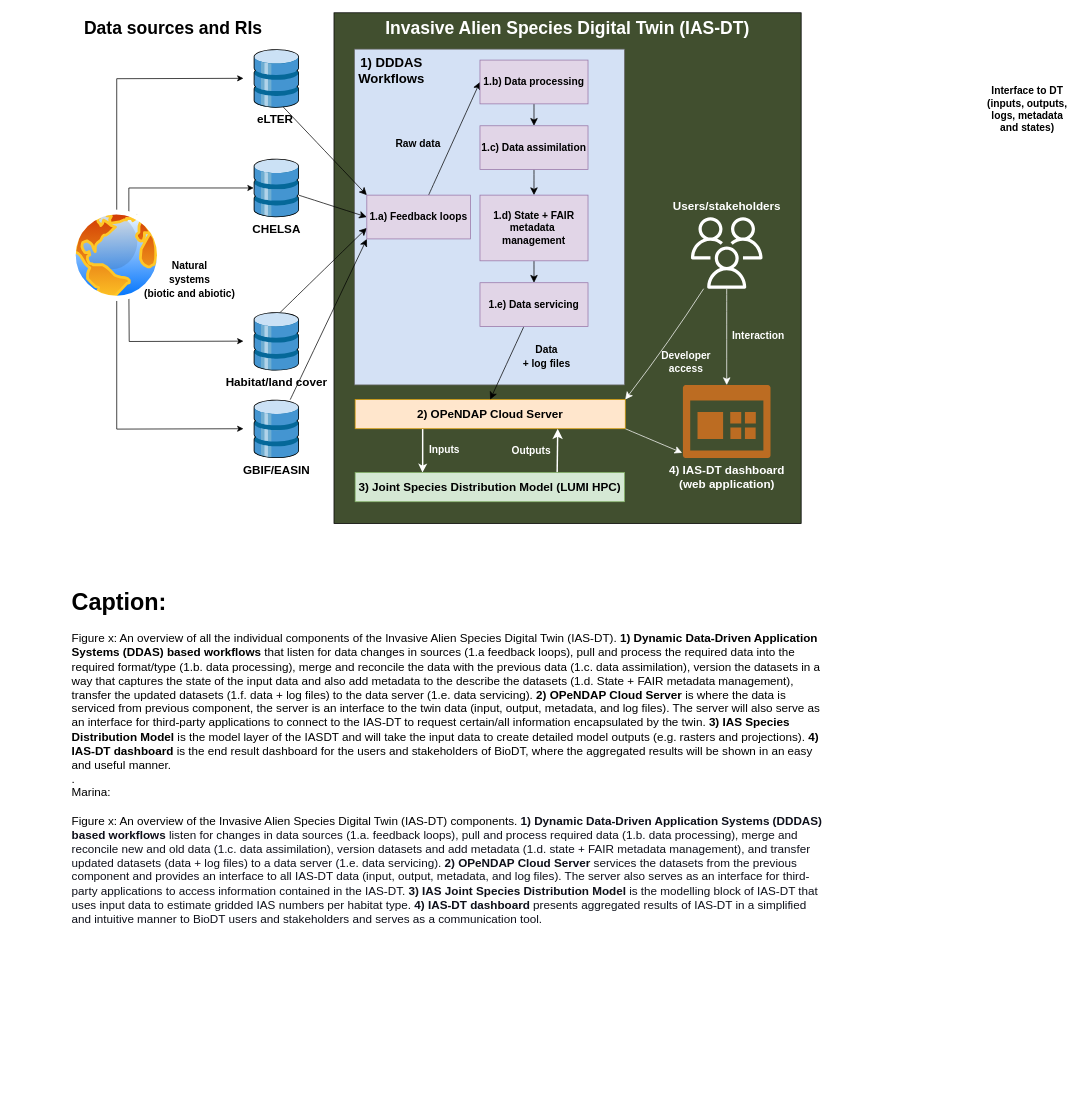
This is page "components" (1 of 6) of references/architecture/IASDT-dataflow.drawio from BioDT/uc-ias-workflows, a draw.io file, before an edit. Source tidied: cells renumbered, new cells numbered last; positions are measured from the earlier drawing's top-left corner, leaving out a move shared by most shapes. Both pictures are drawn from the tidied source at 73%, with x=0, y=0 at pixel (12, 12).
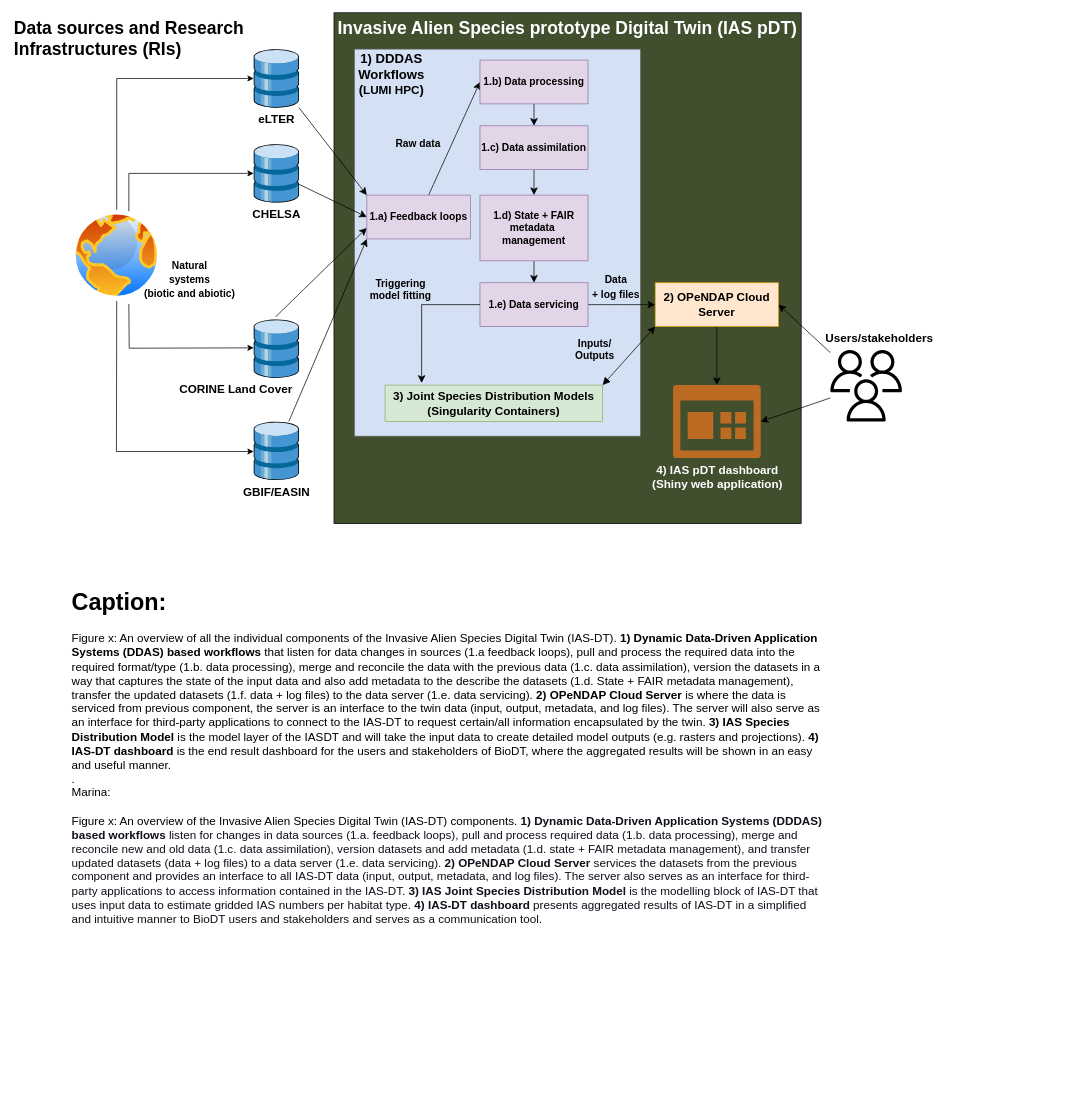
The same diagram, later.

Unchanged cells that the change refers to:
```xml
<mxCell id="28" value="1.a) Feedback loops" style="rounded=0;whiteSpace=wrap;html=1;fontSize=14;fillColor=#e1d5e7;strokeColor=#9673a6;fontStyle=1;" parent="1" vertex="1">
  <mxGeometry x="485" y="249.8" width="142" height="60" as="geometry" />
</mxCell>
<mxCell id="37" value="1.e) Data servicing" style="rounded=0;whiteSpace=wrap;html=1;fontSize=14;fillColor=#e1d5e7;strokeColor=#9673a6;fontStyle=1;" parent="1" vertex="1">
  <mxGeometry x="640" y="369.8" width="148" height="60" as="geometry" />
</mxCell>
<mxCell id="39" value="&lt;b style=&quot;font-size: 14px;&quot;&gt;Natural &lt;br&gt;systems &lt;br&gt;(biotic and abiotic)&lt;/b&gt;" style="image;perimeter=ellipsePerimeter;html=1;align=center;shadow=0;dashed=0;spacingTop=-65;image=img/lib/active_directory/internet_globe.svg;fontSize=16;labelBackgroundColor=none;labelBorderColor=none;perimeterSpacing=0;imageBorder=none;spacingLeft=200;spacingBottom=0;" parent="1" vertex="1">
  <mxGeometry x="80" y="270" width="124.8" height="124.8" as="geometry" />
</mxCell>
```

The edit, as a diff of the source:
```diff
@@
+    <mxCell id="5" value="&lt;b style=&quot;border-color: var(--border-color); font-size: 24px;&quot;&gt;Data sources and Research Infrastructures (RIs)&lt;/b&gt;" style="whiteSpace=wrap;html=1;fontSize=16;verticalAlign=top;align=left;fillColor=none;fontColor=default;strokeColor=none;labelBackgroundColor=none;" parent="1" vertex="1">
+      <mxGeometry width="440" height="699.8" as="geometry" />
+    </mxCell>
-    <mxCell id="2" value="&lt;b&gt;&lt;font style=&quot;font-size: 24px;&quot;&gt;Invasive Alien Species Digital Twin (IAS-DT)&lt;/font&gt;&lt;/b&gt;" style="whiteSpace=wrap;html=1;fontSize=16;verticalAlign=top;align=center;fillColor=#414F2F;fontColor=#FFFFFF;" parent="1" vertex="1">
+    <mxCell id="2" value="&lt;b&gt;&lt;font style=&quot;font-size: 24px;&quot;&gt;Invasive Alien Species prototype Digital Twin (IAS pDT)&lt;/font&gt;&lt;/b&gt;" style="whiteSpace=wrap;html=1;fontSize=16;verticalAlign=top;align=center;fillColor=#414F2F;fontColor=#FFFFFF;" parent="1" vertex="1">
       <mxGeometry x="440" width="640" height="699.8" as="geometry" />
     </mxCell>
-    <mxCell id="3" style="edgeStyle=none;curved=1;rounded=0;jettySize=auto;html=1;entryX=0.5;entryY=0;entryDx=0;entryDy=0;fontSize=12;startSize=8;endSize=8;strokeColor=#FFFFFF;entryPerimeter=0;" parent="1" edge="1" source="42" target="44">
+    <mxCell id="3" style="edgeStyle=none;curved=1;rounded=0;jettySize=auto;html=1;entryX=1;entryY=0.5;entryDx=0;entryDy=0;fontSize=12;startSize=8;endSize=8;strokeColor=#000000;entryPerimeter=0;" parent="1" edge="1" source="42" target="44">
       <mxGeometry relative="1" as="geometry" />
     </mxCell>
-    <mxCell id="4" value="Interaction" style="edgeLabel;html=1;align=center;verticalAlign=middle;fontSize=14;labelBackgroundColor=none;fontColor=#FFFFFF;fontStyle=1;" parent="3" vertex="1">
-      <mxGeometry x="-0.35" y="1" relative="1" as="geometry">
-        <mxPoint x="41" y="21" as="offset" />
-      </mxGeometry>
-    </mxCell>
-    <mxCell id="5" value="&lt;b style=&quot;border-color: var(--border-color); font-size: 24px;&quot;&gt;Data sources and RIs&lt;/b&gt;" style="whiteSpace=wrap;html=1;fontSize=16;verticalAlign=top;align=center;fillColor=none;fontColor=default;strokeColor=none;labelBackgroundColor=none;" parent="1" vertex="1">
-      <mxGeometry width="440" height="699.8" as="geometry" />
-    </mxCell>
     <mxCell id="6" style="rounded=0;whiteSpace=wrap;html=1;fontSize=14;fillColor=#D4E1F5;fontColor=#333333;strokeColor=#666666;" parent="1" vertex="1">
-      <mxGeometry x="468" y="49.8" width="370" height="460" as="geometry" />
+      <mxGeometry x="468" y="49.8" width="392" height="530.2" as="geometry" />
     </mxCell>
-    <mxCell id="7" style="edgeStyle=orthogonalEdgeStyle;rounded=0;jettySize=auto;html=1;strokeWidth=1;startArrow=classic;startFill=1;endArrow=none;endFill=0;" parent="1" edge="1" target="39">
-      <mxGeometry relative="1" as="geometry">
-        <mxPoint x="316" y="89.8" as="sourcePoint" />
-      </mxGeometry>
+    <mxCell id="7" style="edgeStyle=orthogonalEdgeStyle;rounded=0;jettySize=auto;html=1;strokeWidth=1;startArrow=classic;startFill=1;endArrow=none;endFill=0;" parent="1" edge="1" source="9" target="39">
+      <mxGeometry relative="1" as="geometry" />
     </mxCell>
-    <mxCell id="8" style="edgeStyle=none;curved=1;rounded=0;jettySize=auto;html=1;entryX=0;entryY=0;entryDx=0;entryDy=0;fontSize=12;startSize=8;endSize=8;" parent="1" edge="1" target="28">
-      <mxGeometry relative="1" as="geometry">
-        <mxPoint x="360" y="118" as="sourcePoint" />
-      </mxGeometry>
-    </mxCell>
-    <mxCell id="9" value="&lt;b style=&quot;&quot;&gt;&lt;font style=&quot;font-size: 16px;&quot;&gt;eLTER&lt;/font&gt;&lt;span style=&quot;font-size: 13px;&quot;&gt;&amp;nbsp;&lt;/span&gt;&lt;/b&gt;" style="shadow=0;dashed=0;html=1;labelPosition=center;verticalLabelPosition=bottom;verticalAlign=top;align=center;outlineConnect=0;shape=mxgraph.veeam.3d.datastore;" parent="1" vertex="1">
+    <mxCell id="9" value="&lt;b style=&quot;&quot;&gt;&lt;font style=&quot;font-size: 16px;&quot;&gt;eLTER&lt;/font&gt;&lt;/b&gt;" style="shadow=0;dashed=0;html=1;labelPosition=center;verticalLabelPosition=bottom;verticalAlign=top;align=center;outlineConnect=0;shape=mxgraph.veeam.3d.datastore;" parent="1" vertex="1">
       <mxGeometry x="330" y="50" width="62" height="80" as="geometry" />
     </mxCell>
-    <mxCell id="10" style="edgeStyle=orthogonalEdgeStyle;rounded=0;jettySize=auto;html=1;entryX=0.5;entryY=1;entryDx=0;entryDy=0;strokeWidth=1;startArrow=classic;startFill=1;endArrow=none;endFill=0;" parent="1" edge="1" target="39">
+    <mxCell id="10" style="edgeStyle=orthogonalEdgeStyle;rounded=0;jettySize=auto;html=1;strokeWidth=1;startArrow=classic;startFill=1;endArrow=none;endFill=0;" parent="1" edge="1" target="39">
       <mxGeometry relative="1" as="geometry">
-        <mxPoint x="316" y="569.8" as="sourcePoint" />
+        <mxPoint x="330" y="601" as="sourcePoint" />
+        <Array as="points">
+          <mxPoint x="142" y="601" />
+        </Array>
       </mxGeometry>
     </mxCell>
-    <mxCell id="11" style="edgeStyle=none;curved=1;rounded=0;jettySize=auto;html=1;entryX=0;entryY=1;entryDx=0;entryDy=0;fontSize=12;startSize=8;endSize=8;" parent="1" edge="1" source="12" target="28">
-      <mxGeometry relative="1" as="geometry" />
-    </mxCell>
     <mxCell id="12" value="&lt;b&gt;&lt;span style=&quot;font-size: 16px;&quot;&gt;GBIF/EASIN&lt;/span&gt;&lt;br&gt;&lt;/b&gt;" style="shadow=0;dashed=0;html=1;labelPosition=center;verticalLabelPosition=bottom;verticalAlign=top;align=center;outlineConnect=0;shape=mxgraph.veeam.3d.datastore;" parent="1" vertex="1">
-      <mxGeometry x="330" y="530" width="62" height="80" as="geometry" />
+      <mxGeometry x="330" y="560" width="62" height="80" as="geometry" />
     </mxCell>
     <mxCell id="13" style="edgeStyle=orthogonalEdgeStyle;rounded=0;orthogonalLoop=1;jettySize=auto;html=1;strokeWidth=1;startArrow=classic;startFill=1;endArrow=none;endFill=0;" parent="1" edge="1">
       <mxGeometry relative="1" as="geometry">
-        <mxPoint x="316" y="449.8" as="sourcePoint" />
-        <mxPoint x="159" y="380" as="targetPoint" />
+        <mxPoint x="330" y="459" as="sourcePoint" />
+        <mxPoint x="159" y="399" as="targetPoint" />
       </mxGeometry>
     </mxCell>
@@
-    <mxCell id="15" value="&lt;span style=&quot;font-size: 16px;&quot;&gt;&lt;b&gt;Habitat/land cover&lt;/b&gt;&lt;/span&gt;" style="shadow=0;dashed=0;html=1;labelPosition=center;verticalLabelPosition=bottom;verticalAlign=top;align=center;shape=mxgraph.veeam.3d.datastore;" parent="1" vertex="1">
-      <mxGeometry x="330" y="410" width="62" height="80" as="geometry" />
+    <mxCell id="15" value="&lt;span style=&quot;font-size: 16px;&quot;&gt;&lt;b&gt;CORINE Land Cover&amp;nbsp; &amp;nbsp; &amp;nbsp; &amp;nbsp; &amp;nbsp; &amp;nbsp; &amp;nbsp; &amp;nbsp; &amp;nbsp; &amp;nbsp; &amp;nbsp; &amp;nbsp; &amp;nbsp;&lt;/b&gt;&lt;/span&gt;" style="shadow=0;dashed=0;html=1;labelPosition=center;verticalLabelPosition=bottom;verticalAlign=top;align=center;shape=mxgraph.veeam.3d.datastore;" parent="1" vertex="1">
+      <mxGeometry x="330" y="420" width="62" height="80" as="geometry" />
     </mxCell>
@@
     <mxCell id="17" value="&lt;b&gt;&lt;font style=&quot;font-size: 16px;&quot;&gt;CHELSA&lt;/font&gt;&lt;/b&gt;" style="shadow=0;dashed=0;html=1;labelPosition=center;verticalLabelPosition=bottom;verticalAlign=top;align=center;outlineConnect=0;shape=mxgraph.veeam.3d.datastore;" parent="1" vertex="1">
-      <mxGeometry x="330" y="200" width="62" height="80" as="geometry" />
+      <mxGeometry x="330" y="180" width="62" height="80" as="geometry" />
     </mxCell>
-    <mxCell id="18" style="edgeStyle=orthogonalEdgeStyle;rounded=0;jettySize=auto;html=1;strokeWidth=2;startArrow=none;startFill=0;exitX=0.25;exitY=1;exitDx=0;exitDy=0;entryX=0.25;entryY=0;entryDx=0;entryDy=0;strokeColor=#FFFFFF;" parent="1" edge="1" source="21" target="24">
-      <mxGeometry relative="1" as="geometry">
-        <Array as="points">
-          <mxPoint x="561" y="620" />
-          <mxPoint x="561" y="620" />
-        </Array>
-      </mxGeometry>
-    </mxCell>
-    <mxCell id="19" value="Inputs" style="edgeLabel;html=1;align=center;verticalAlign=middle;fontSize=14;fontStyle=1;labelBackgroundColor=none;fontColor=#FFFFFF;" parent="18" vertex="1">
-      <mxGeometry x="-0.16" y="-1" relative="1" as="geometry">
-        <mxPoint x="30" y="4" as="offset" />
-      </mxGeometry>
-    </mxCell>
-    <mxCell id="20" style="edgeStyle=none;curved=1;rounded=0;jettySize=auto;html=1;fontSize=12;startSize=8;endSize=8;entryX=-0.008;entryY=0.589;entryDx=0;entryDy=0;entryPerimeter=0;exitX=1;exitY=1;exitDx=0;exitDy=0;strokeColor=#FFFFFF;" parent="1" edge="1" source="21">
-      <mxGeometry relative="1" as="geometry">
-        <mxPoint x="917" y="602.8" as="targetPoint" />
-      </mxGeometry>
+    <mxCell id="20" style="edgeStyle=none;curved=1;rounded=0;jettySize=auto;html=1;fontSize=12;startSize=8;endSize=8;entryX=0.5;entryY=0;entryDx=0;entryDy=0;entryPerimeter=0;strokeColor=#000000;" parent="1" edge="1" source="21" target="44">
+      <mxGeometry relative="1" as="geometry" />
     </mxCell>
     <mxCell id="21" value="2) OPeNDAP Cloud Server" style="whiteSpace=wrap;html=1;fontStyle=1;fillColor=#ffe6cc;strokeColor=#d79b00;fontSize=16;" parent="1" vertex="1">
-      <mxGeometry x="469" y="529.8" width="370" height="40" as="geometry" />
+      <mxGeometry x="880" y="369.8" width="169" height="60" as="geometry" />
     </mxCell>
-    <mxCell id="22" style="edgeStyle=none;curved=1;rounded=0;jettySize=auto;html=1;entryX=0.75;entryY=1;entryDx=0;entryDy=0;fontSize=12;startSize=8;endSize=8;exitX=0.75;exitY=0;exitDx=0;exitDy=0;strokeWidth=2;strokeColor=#FFFFFF;" parent="1" edge="1" source="24" target="21">
+    <mxCell id="22" style="edgeStyle=none;curved=1;rounded=0;jettySize=auto;html=1;fontSize=12;startSize=8;endSize=8;exitX=1;exitY=0;exitDx=0;exitDy=0;strokeWidth=1;strokeColor=#000000;startArrow=block;startFill=1;entryX=0;entryY=1;entryDx=0;entryDy=0;" parent="1" edge="1" source="24" target="21">
       <mxGeometry relative="1" as="geometry" />
     </mxCell>
-    <mxCell id="23" value="Outputs" style="edgeLabel;html=1;align=center;verticalAlign=middle;fontSize=14;fontStyle=1;fontColor=#FFFFFF;labelBackgroundColor=none;" parent="22" vertex="1">
+    <mxCell id="23" value="&lt;div&gt;Inputs/&lt;/div&gt;Outputs" style="edgeLabel;html=1;align=center;verticalAlign=middle;fontSize=14;fontStyle=1;fontColor=#000000;labelBackgroundColor=none;" parent="22" vertex="1">
       <mxGeometry x="0.15" y="1" relative="1" as="geometry">
-        <mxPoint x="-36" y="5" as="offset" />
+        <mxPoint x="-52" y="-3" as="offset" />
       </mxGeometry>
     </mxCell>
-    <mxCell id="24" value="3) Joint Species Distribution Model (LUMI HPC)" style="whiteSpace=wrap;html=1;fontStyle=1;fillColor=#d5e8d4;strokeColor=#82b366;fontSize=16;" parent="1" vertex="1">
-      <mxGeometry x="469" y="629.8" width="369" height="40" as="geometry" />
+    <mxCell id="24" value="3) Joint Species Distribution Models (Singularity Containers)" style="whiteSpace=wrap;html=1;fontStyle=1;fillColor=#d5e8d4;strokeColor=#82b366;fontSize=16;" parent="1" vertex="1">
+      <mxGeometry x="510" y="510" width="298" height="50" as="geometry" />
     </mxCell>
     <mxCell id="25" style="edgeStyle=orthogonalEdgeStyle;rounded=0;jettySize=auto;html=1;strokeWidth=1;startArrow=none;startFill=0;endArrow=classic;endFill=1;exitX=0.75;exitY=0;exitDx=0;exitDy=0;" parent="1" edge="1" source="39" target="17">
       <mxGeometry relative="1" as="geometry">
         <Array as="points">
-          <mxPoint x="159" y="240" />
+          <mxPoint x="159" y="277" />
+          <mxPoint x="159" y="220" />
         </Array>
       </mxGeometry>
     </mxCell>
@@
-    <mxCell id="35" style="edgeStyle=none;curved=1;rounded=0;jettySize=auto;html=1;entryX=0.5;entryY=0;entryDx=0;entryDy=0;fontSize=12;startSize=8;endSize=8;" parent="1" edge="1" source="37" target="21">
+    <mxCell id="35" style="edgeStyle=none;curved=1;rounded=0;jettySize=auto;html=1;fontSize=12;startSize=8;endSize=8;entryX=0;entryY=0.5;entryDx=0;entryDy=0;" parent="1" edge="1" source="37" target="21">
       <mxGeometry relative="1" as="geometry" />
     </mxCell>
     <mxCell id="36" value="&lt;font style=&quot;font-size: 14px;&quot; color=&quot;#000000&quot;&gt;&lt;b style=&quot;&quot;&gt;Data &lt;br&gt;+ log files&lt;/b&gt;&lt;/font&gt;" style="edgeLabel;html=1;align=center;verticalAlign=middle;fontSize=16;fontColor=#4124FF;labelBackgroundColor=none;labelBorderColor=none;" parent="35" vertex="1">
       <mxGeometry x="0.15" y="-1" relative="1" as="geometry">
-        <mxPoint x="58" y="-17" as="offset" />
+        <mxPoint x="-16" y="-26" as="offset" />
       </mxGeometry>
     </mxCell>
@@
-    <mxCell id="38" value="Interface to DT (inputs, outputs, logs, metadata and states)" style="whiteSpace=wrap;html=1;fontStyle=1;fontSize=14;dashed=1;strokeColor=#FFFFFF;" parent="1" vertex="1">
-      <mxGeometry x="1330" y="94.8" width="120" height="74.5" as="geometry" />
-    </mxCell>
@@
-    <mxCell id="40" value="&lt;font style=&quot;font-size: 18px;&quot;&gt;&lt;b style=&quot;font-size: 18px;&quot;&gt;1) DDDAS Workflows&lt;/b&gt;&lt;/font&gt;" style="text;strokeColor=none;align=center;fillColor=none;html=1;verticalAlign=middle;whiteSpace=wrap;rounded=0;fontSize=18;" parent="1" vertex="1">
-      <mxGeometry x="469" y="64.8" width="100" height="30" as="geometry" />
+    <mxCell id="40" value="&lt;font style=&quot;font-size: 18px;&quot;&gt;&lt;b style=&quot;font-size: 18px;&quot;&gt;1) DDDAS Workflows (&lt;/b&gt;&lt;span style=&quot;font-size: 16px; font-weight: 700;&quot;&gt;LUMI HPC&lt;/span&gt;&lt;b style=&quot;font-size: 18px;&quot;&gt;)&lt;/b&gt;&lt;/font&gt;" style="text;strokeColor=none;align=center;fillColor=none;html=1;verticalAlign=middle;whiteSpace=wrap;rounded=0;fontSize=18;" parent="1" vertex="1">
+      <mxGeometry x="469" y="69.8" width="100" height="30" as="geometry" />
     </mxCell>
-    <mxCell id="41" style="edgeStyle=none;curved=1;rounded=0;jettySize=auto;html=1;entryX=1;entryY=0;entryDx=0;entryDy=0;fontSize=12;startSize=8;endSize=8;fontColor=#FFFFFF;strokeColor=#FFFFFF;labelBorderColor=none;labelBackgroundColor=#FFFFFF;" parent="1" edge="1" source="42" target="21">
-      <mxGeometry relative="1" as="geometry">
-        <Array as="points">
-          <mxPoint x="900" y="450" />
-        </Array>
-      </mxGeometry>
+    <mxCell id="41" style="rounded=0;jettySize=auto;html=1;entryX=1;entryY=0.5;entryDx=0;entryDy=0;fontSize=12;startSize=8;endSize=8;fontColor=#FFFFFF;strokeColor=#000000;labelBorderColor=none;labelBackgroundColor=#FFFFFF;" parent="1" edge="1" source="42" target="21">
+      <mxGeometry relative="1" as="geometry" />
     </mxCell>
-    <mxCell id="42" value="&lt;b style=&quot;border-color: var(--border-color); font-size: 16px;&quot;&gt;Users/stakeholders&lt;/b&gt;" style="sketch=0;outlineConnect=0;dashed=0;verticalLabelPosition=bottom;verticalAlign=top;align=center;html=1;fontSize=12;fontStyle=0;shape=mxgraph.aws4.users;fontColor=#FFFFFF;spacingTop=-130;" parent="1" vertex="1">
-      <mxGeometry x="929" y="280" width="98" height="98" as="geometry" />
+    <mxCell id="42" value="&lt;b style=&quot;border-color: var(--border-color); font-size: 16px;&quot;&gt;&lt;font color=&quot;#000000&quot;&gt;&amp;nbsp; &amp;nbsp; &amp;nbsp; &amp;nbsp; Users/stakeholders&lt;/font&gt;&lt;/b&gt;" style="sketch=0;outlineConnect=0;dashed=0;verticalLabelPosition=bottom;verticalAlign=top;align=center;html=1;fontSize=12;fontStyle=0;shape=mxgraph.aws4.users;fontColor=#FFFFFF;spacingTop=-130;fillColor=#000000;" parent="1" vertex="1">
+      <mxGeometry x="1120" y="462" width="98" height="98" as="geometry" />
     </mxCell>
@@
-    <mxCell id="44" value="&lt;font color=&quot;#ffffff&quot;&gt;&lt;b&gt;4) IAS-DT dashboard &lt;br&gt;(web application)&lt;/b&gt;&lt;/font&gt;" style="sketch=0;shadow=0;dashed=0;html=1;strokeColor=none;labelPosition=center;verticalLabelPosition=bottom;verticalAlign=top;align=center;fillColor=#BC6C22;shape=mxgraph.mscae.intune.dashboard;fontSize=16;" parent="1" vertex="1">
-      <mxGeometry x="918" y="510" width="120" height="100" as="geometry" />
+    <mxCell id="44" value="&lt;font color=&quot;#ffffff&quot;&gt;&lt;b&gt;4) IAS pDT dashboard &lt;br&gt;(Shiny web application)&lt;/b&gt;&lt;/font&gt;" style="sketch=0;shadow=0;dashed=0;html=1;strokeColor=none;labelPosition=center;verticalLabelPosition=bottom;verticalAlign=top;align=center;fillColor=#BC6C22;shape=mxgraph.mscae.intune.dashboard;fontSize=16;" parent="1" vertex="1">
+      <mxGeometry x="904.5" y="510" width="120" height="100" as="geometry" />
     </mxCell>
-    <mxCell id="45" value="Developer&lt;br&gt;access" style="edgeLabel;html=1;align=center;verticalAlign=middle;fontSize=14;labelBackgroundColor=none;fontColor=#FFFFFF;fontStyle=1;" parent="1" vertex="1">
-      <mxGeometry x="1038" y="470" as="geometry">
-        <mxPoint x="-117" y="7" as="offset" />
-      </mxGeometry>
-    </mxCell>
+    <mxCell id="46" style="edgeStyle=orthogonalEdgeStyle;rounded=0;jettySize=auto;html=1;entryX=0.168;entryY=-0.058;entryDx=0;entryDy=0;entryPerimeter=0;fontSize=12;startSize=8;endSize=8;exitX=0;exitY=0.5;exitDx=0;exitDy=0;" parent="1" edge="1" source="37" target="24">
+      <mxGeometry relative="1" as="geometry" />
+    </mxCell>
+    <mxCell id="47" value="Triggering&lt;div&gt;&amp;nbsp;model fitting&amp;nbsp;&lt;/div&gt;" style="edgeLabel;html=1;align=center;verticalAlign=middle;fontSize=14;labelBackgroundColor=none;fontStyle=1;" parent="46" vertex="1">
+      <mxGeometry x="-0.35" relative="1" as="geometry">
+        <mxPoint x="-49" y="-21" as="offset" />
+      </mxGeometry>
+    </mxCell>
+    <mxCell id="11" style="edgeStyle=none;curved=1;rounded=0;jettySize=auto;html=1;entryX=0;entryY=1;entryDx=0;entryDy=0;fontSize=12;startSize=8;endSize=8;" parent="1" edge="1" source="12" target="28">
+      <mxGeometry relative="1" as="geometry" />
+    </mxCell>
+    <mxCell id="8" style="edgeStyle=none;curved=1;rounded=0;jettySize=auto;html=1;entryX=0;entryY=0;entryDx=0;entryDy=0;fontSize=12;startSize=8;endSize=8;" parent="1" edge="1" source="9" target="28">
+      <mxGeometry relative="1" as="geometry" />
+    </mxCell>
```
